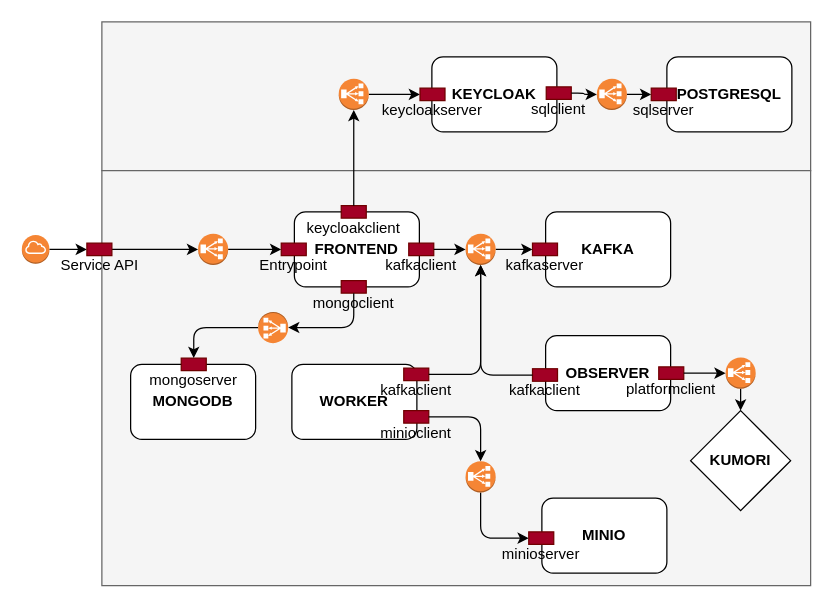
Before: arquitecura.drawio in SalvaChiLlo/Proyecto-CC, a draw.io diagram. Source tidied: cells renumbered, new cells numbered last; positions are measured from the earlier drawing's top-left corner, leaving out a move shared by most shapes. Both pictures are drawn from the tidied source at 125%, with x=0, y=0 at pixel (21, 21).
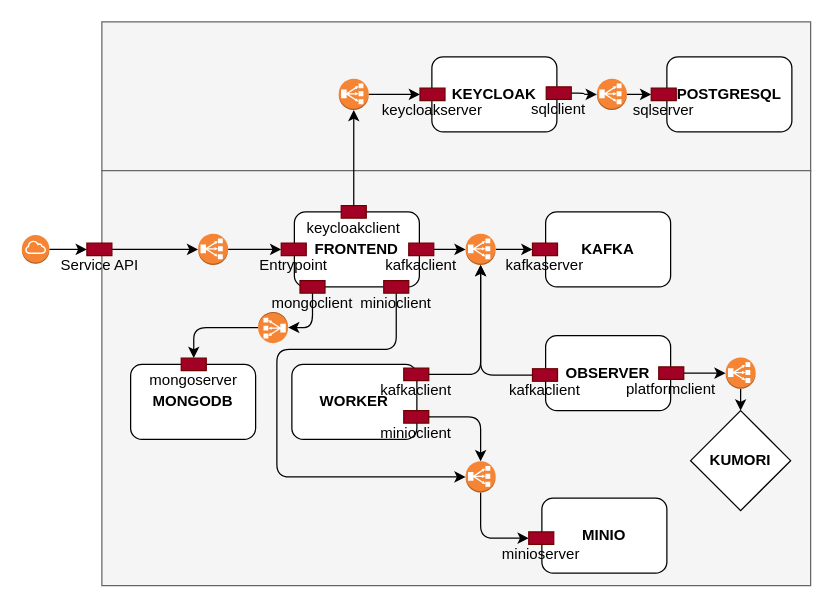
After the change.

The change refers to these unchanged cells:
```xml
<mxCell id="14" style="outlineConnect=0;dashed=0;verticalLabelPosition=bottom;verticalAlign=top;align=center;html=1;shape=mxgraph.aws3.classic_load_balancer;fillColor=#F58534;gradientColor=none;" parent="1" vertex="1">
  <mxGeometry x="355" y="351.5" width="24" height="25" as="geometry" />
</mxCell>
```

What changed in the source:
```diff
@@
     <mxCell id="73" style="group;" parent="1" vertex="1">
-      <mxGeometry x="232" y="207" width="67" height="25" as="geometry" />
+      <mxGeometry x="199" y="207" width="67" height="25" as="geometry" />
     </mxCell>
@@
+    <mxCell id="84" style="edgeStyle=orthogonalEdgeStyle;html=1;exitX=0.5;exitY=1;exitDx=0;exitDy=0;" parent="1" edge="1" source="86" target="14">
+      <mxGeometry relative="1" as="geometry">
+        <Array as="points">
+          <mxPoint x="299" y="262" />
+          <mxPoint x="204" y="262" />
+          <mxPoint x="204" y="364" />
+        </Array>
+      </mxGeometry>
+    </mxCell>
+    <mxCell id="85" style="group;" parent="1" vertex="1">
+      <mxGeometry x="266" y="207" width="67" height="25" as="geometry" />
+    </mxCell>
+    <mxCell id="86" style="rounded=0;whiteSpace=wrap;html=1;fillColor=#a20025;strokeColor=#6F0000;fontColor=#ffffff;" parent="85" vertex="1">
+      <mxGeometry x="23.5" width="20" height="10" as="geometry" />
+    </mxCell>
+    <mxCell id="87" value="minioclient" style="text;html=1;strokeColor=none;fillColor=none;align=center;verticalAlign=middle;whiteSpace=wrap;rounded=0;spacing=2;" parent="85" vertex="1">
+      <mxGeometry y="10" width="67" height="15" as="geometry" />
+    </mxCell>
```
